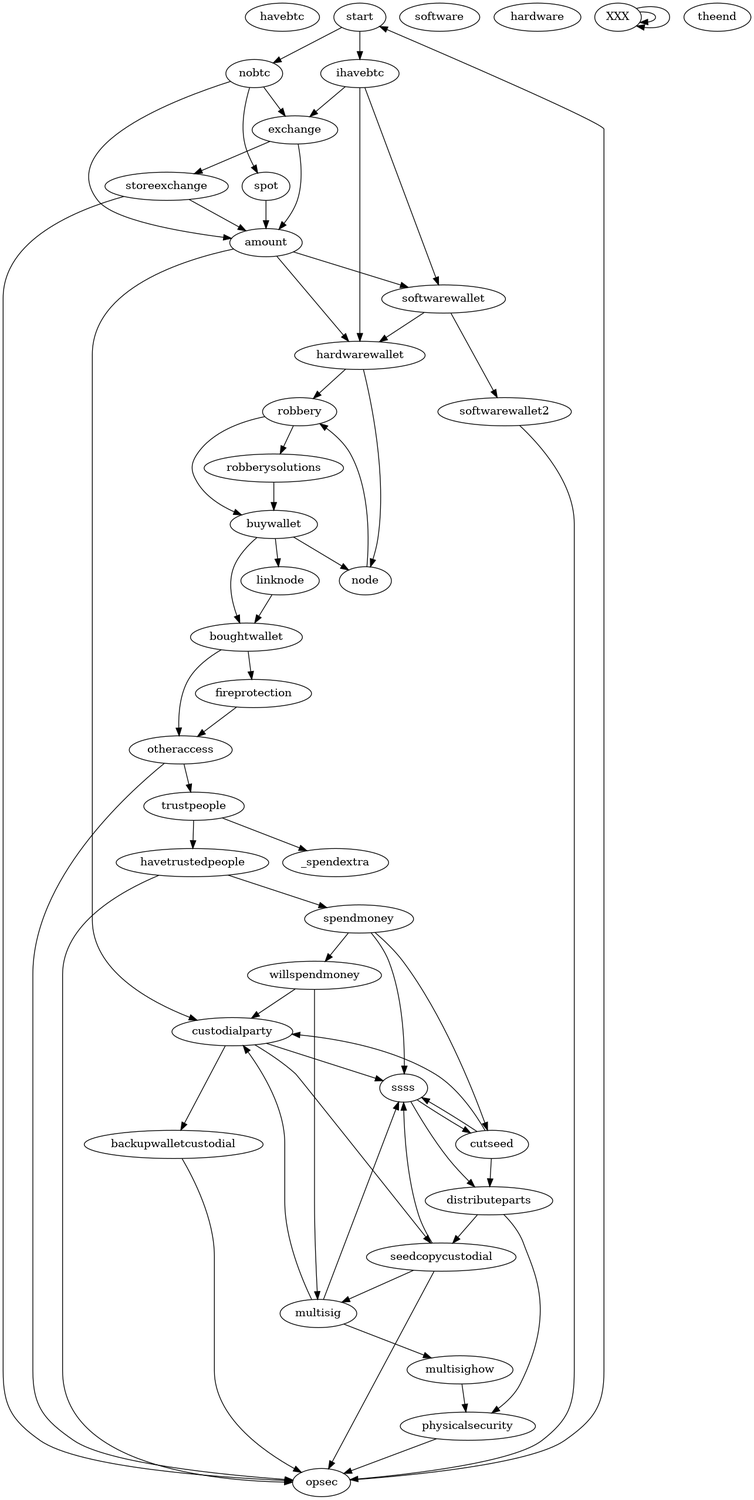
Earlier version of the Graphviz export graph.png (storingbitcoin-info/website). Its source is kept beside it as graph.gv.
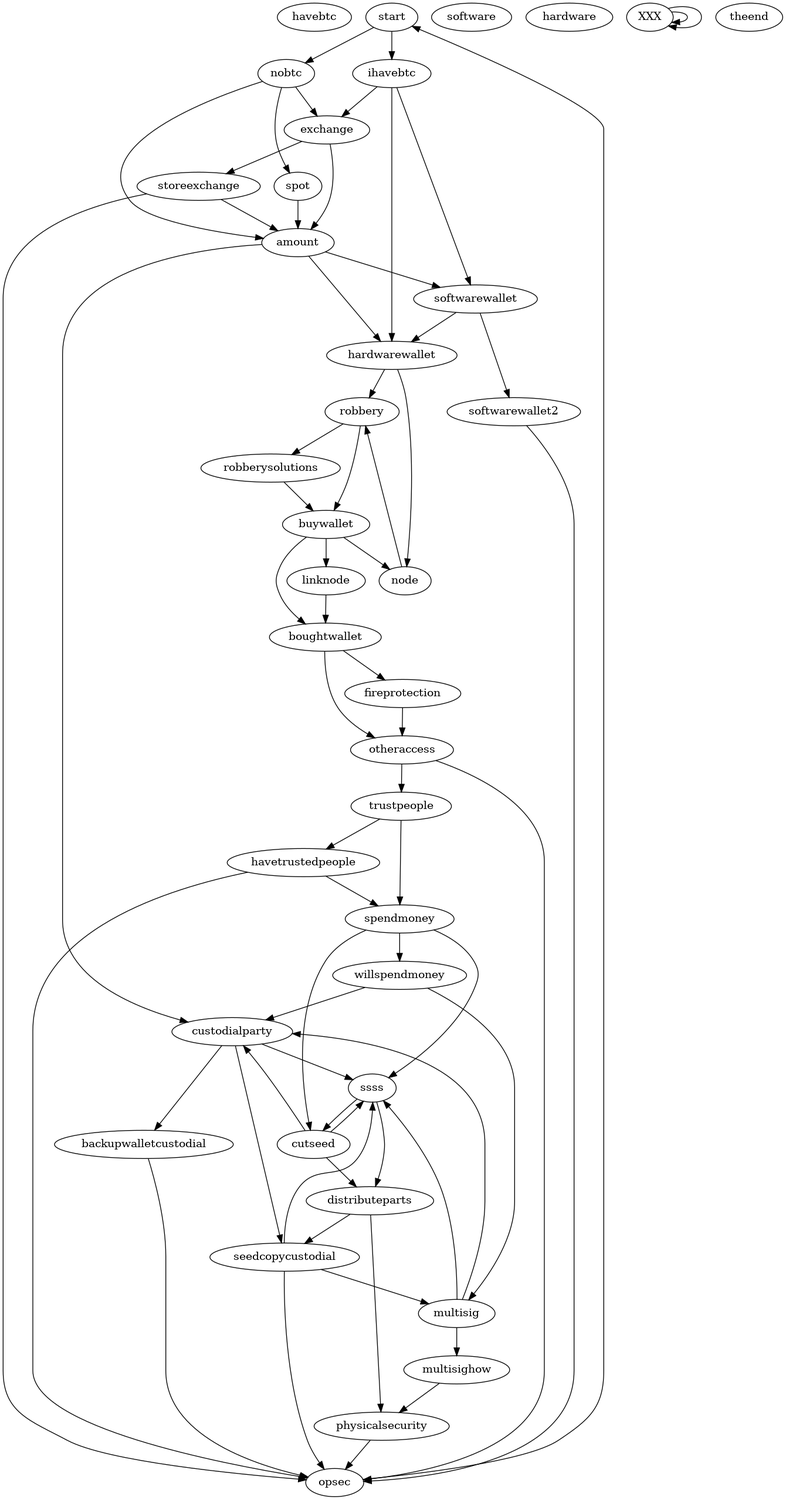
Above is the later version.

Commit message:
New graph fixed path _spendextra

The edit, as a diff of the source:
```diff
@@ -61,7 +61,7 @@
 _otheraccess -> _opsec
 _trustpeople [label="trustpeople"]
 _trustpeople -> _havetrustedpeople
-_trustpeople -> _spendextra
+_trustpeople -> _spendmoney
 _havetrustedpeople [label="havetrustedpeople"]
 _havetrustedpeople -> _opsec
 _havetrustedpeople -> _spendmoney
```
